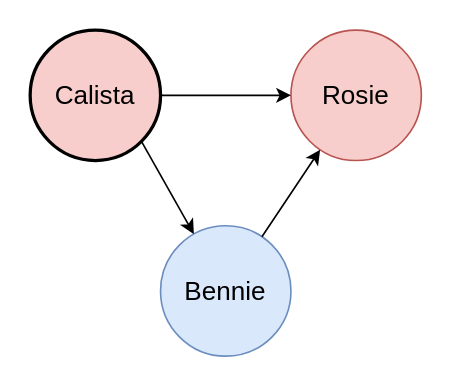
Above: docs/complete-tournament.drawio in Dtphelan1/elections (draw.io), before the change. Source tidied: cells renumbered, new cells numbered last; positions are measured from the earlier drawing's top-left corner, leaving out a move shared by most shapes. Both pictures are drawn from the tidied source at 163%, with x=0, y=0 at pixel (29, 29).
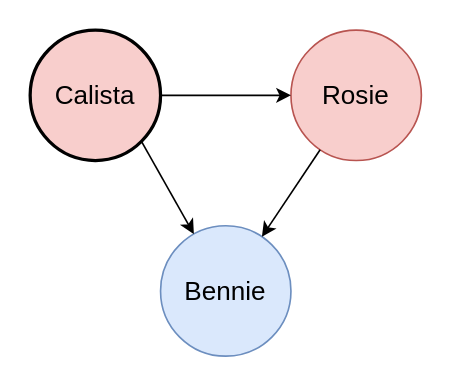
The same diagram, later.

Change to the diagram source:
```diff
@@
 <mxGraphModel>
   <root>
     <mxCell id="0" />
     <mxCell id="1" parent="0" />
     <mxCell id="2" value="&lt;font style=&quot;font-size: 16px&quot;&gt;Calista&lt;/font&gt;" style="ellipse;whiteSpace=wrap;html=1;fillColor=#f8cecc;strokeWidth=2;" parent="1" vertex="1">
       <mxGeometry width="80" height="80" as="geometry" />
     </mxCell>
     <mxCell id="3" value="&lt;font style=&quot;font-size: 16px&quot;&gt;Rosie&lt;/font&gt;" style="ellipse;whiteSpace=wrap;html=1;fillColor=#f8cecc;strokeColor=#b85450;" parent="1" vertex="1">
       <mxGeometry x="160" width="80" height="80" as="geometry" />
     </mxCell>
     <mxCell id="4" value="&lt;font style=&quot;font-size: 16px&quot;&gt;Bennie&lt;/font&gt;" style="ellipse;whiteSpace=wrap;html=1;fillColor=#dae8fc;strokeColor=#6c8ebf;" parent="1" vertex="1">
       <mxGeometry x="80" y="120" width="80" height="80" as="geometry" />
     </mxCell>
     <mxCell id="5" style="endArrow=classic;html=1;exitX=1;exitY=1;exitDx=0;exitDy=0;" parent="1" edge="1" source="2" target="4">
       <mxGeometry relative="1" as="geometry" />
     </mxCell>
-    <mxCell id="6" style="endArrow=none;html=1;startArrow=classic;startFill=1;endFill=0;" parent="1" edge="1" source="3" target="4">
+    <mxCell id="6" style="endArrow=classic;html=1;startArrow=none;startFill=0;endFill=1;" parent="1" edge="1" source="3" target="4">
       <mxGeometry relative="1" as="geometry" />
     </mxCell>
     <mxCell id="7" style="endArrow=classic;html=1;strokeWidth=1;exitX=1;exitY=0.5;exitDx=0;exitDy=0;endFill=1;" parent="1" edge="1" source="2">
       <mxGeometry relative="1" as="geometry">
         <mxPoint x="160" y="40" as="targetPoint" />
       </mxGeometry>
     </mxCell>
   </root>
 </mxGraphModel>
```
